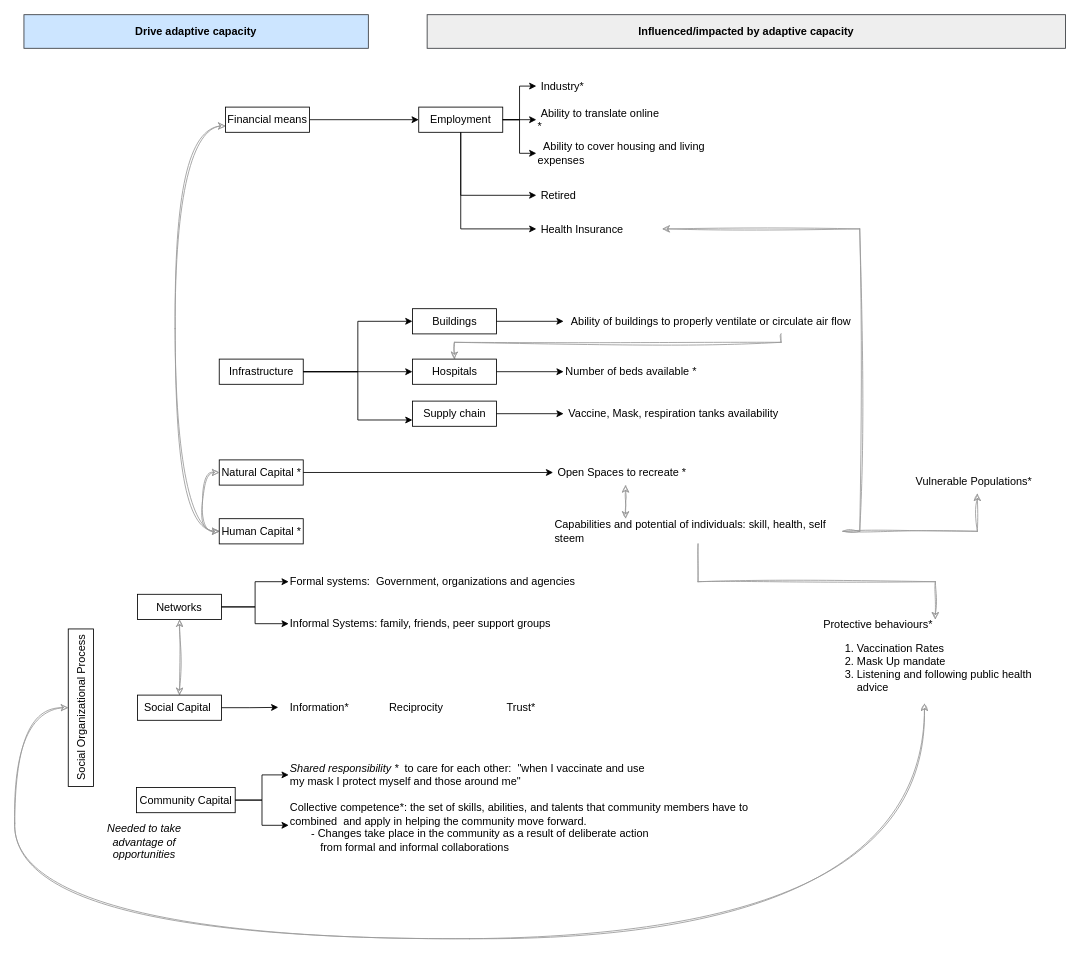
dealchre/gradDrawio keeps this draw.io diagram as KatePrelims.drawio. Above is the earlier version. Source tidied: cells renumbered, new cells numbered last; positions are measured from the earlier drawing's top-left corner, leaving out a move shared by most shapes. Both pictures are drawn from the tidied source at 84%, with x=0, y=0 at pixel (2, 14).
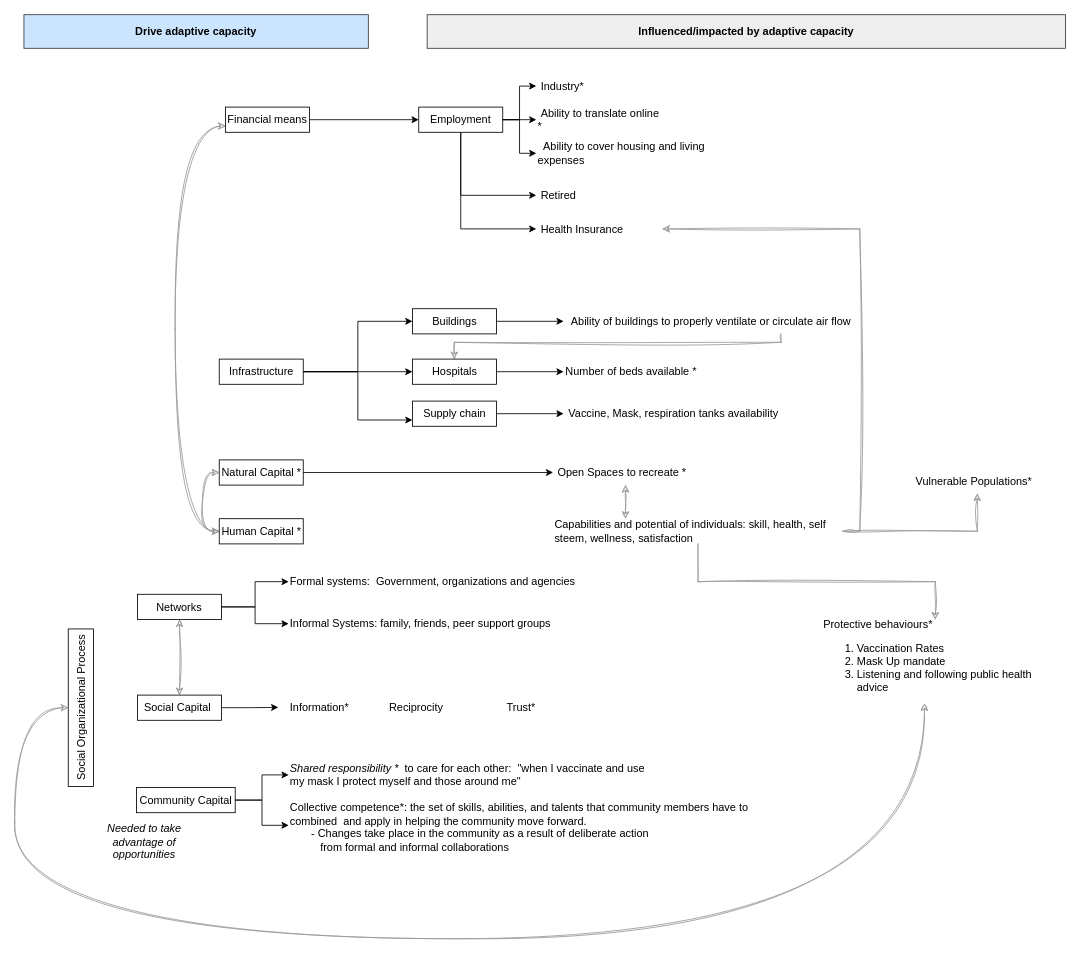
The same page after the edit.

Change to the diagram source:
```diff
@@
-    <mxCell id="37" value="Capabilities and potential of individuals: skill, health, self steem" style="text;html=1;align=left;verticalAlign=middle;whiteSpace=wrap;rounded=0;fontSize=13;" parent="1" vertex="1">
+    <mxCell id="37" value="Capabilities and potential of individuals: skill, health, self steem, wellness, satisfaction" style="text;html=1;align=left;verticalAlign=middle;whiteSpace=wrap;rounded=0;fontSize=13;" parent="1" vertex="1">
       <mxGeometry x="656" y="600" width="345" height="30" as="geometry" />
     </mxCell>
```
